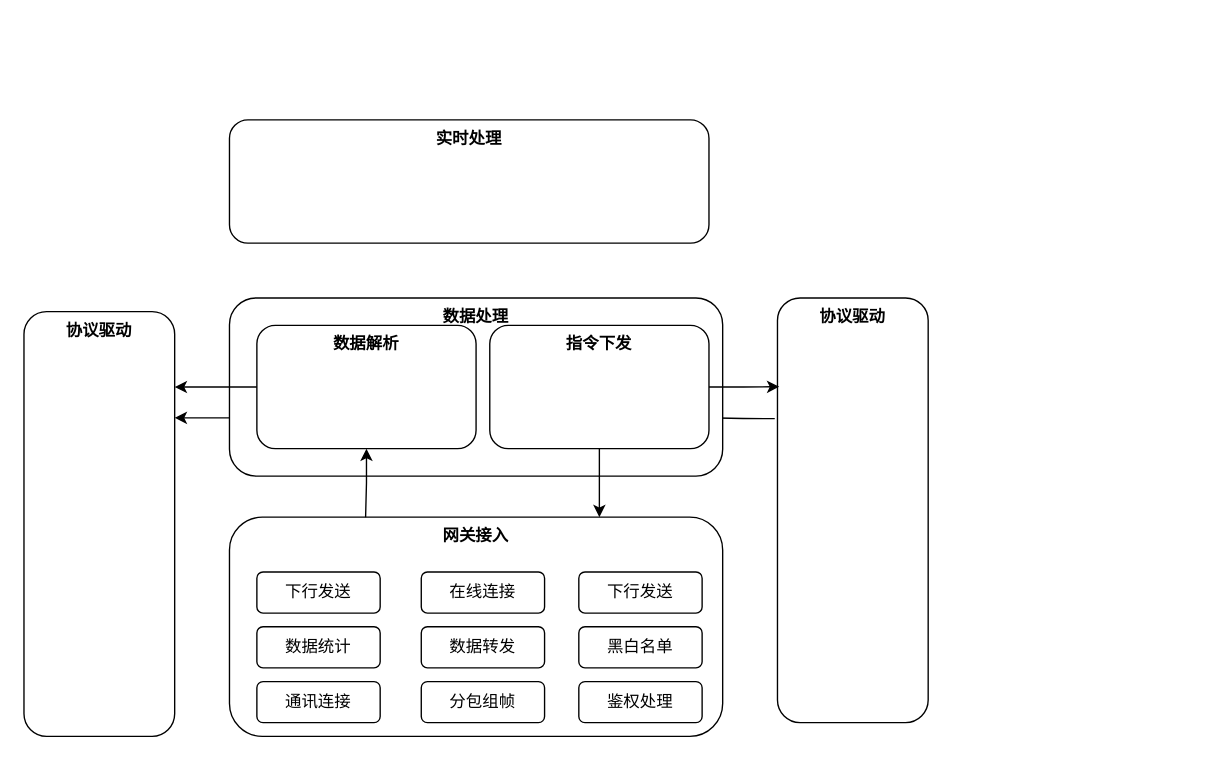
Above: Diagram.drawio in SpikeFJ/picgo (draw.io), before the change. Source tidied: cells renumbered, new cells numbered last; positions are measured from the earlier drawing's top-left corner, leaving out a move shared by most shapes. Both pictures are drawn from the tidied source at 137%, with x=0, y=0 at pixel (23, 119).
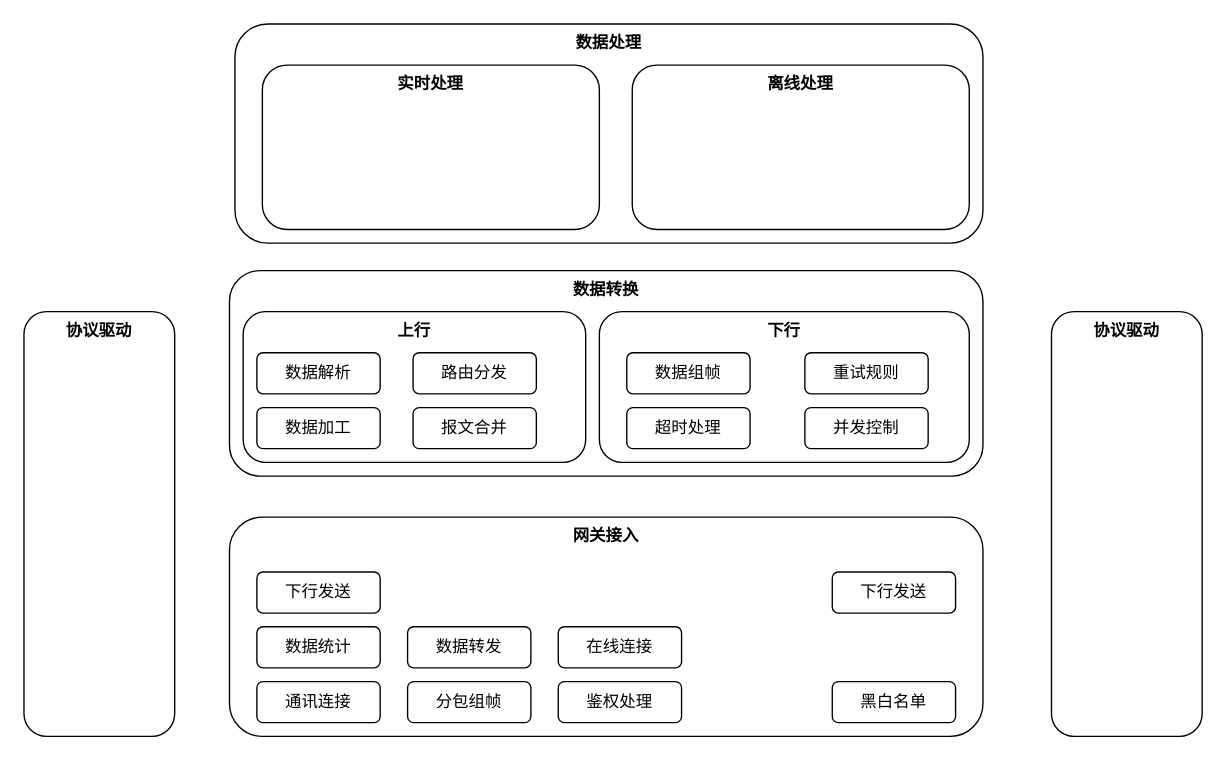
The same diagram, later.

The change refers to these unchanged cells:
```xml
<mxCell id="4" value="&lt;b&gt;协议驱动&lt;/b&gt;" style="rounded=1;whiteSpace=wrap;html=1;verticalAlign=top;" parent="1" vertex="1">
  <mxGeometry y="140" width="110" height="310" as="geometry" />
</mxCell>
```

Diff of the diagram source:
```diff
@@
     <mxCell id="2" value="&lt;b&gt;网关接入&lt;/b&gt;" style="rounded=1;whiteSpace=wrap;html=1;verticalAlign=top;" parent="1" vertex="1">
-      <mxGeometry x="150" y="290" width="360" height="160" as="geometry" />
+      <mxGeometry x="150" y="290" width="550" height="160" as="geometry" />
     </mxCell>
-    <mxCell id="3" style="edgeStyle=orthogonalEdgeStyle;rounded=0;jettySize=auto;html=1;entryX=0;entryY=0.75;entryDx=0;entryDy=0;exitX=1;exitY=0.25;exitDx=0;exitDy=0;startArrow=classic;startFill=1;endArrow=classic;endFill=1;" parent="1" edge="1" source="4" target="18">
-      <mxGeometry relative="1" as="geometry" />
-    </mxCell>
@@
-    <mxCell id="5" style="edgeStyle=orthogonalEdgeStyle;rounded=0;jettySize=auto;html=1;entryX=1;entryY=0.75;entryDx=0;entryDy=0;exitX=-0.018;exitY=0.284;exitDx=0;exitDy=0;exitPerimeter=0;startArrow=none;startFill=0;endArrow=classic;endFill=1;" parent="1" edge="1" source="6" target="19">
-      <mxGeometry relative="1" as="geometry" />
-    </mxCell>
     <mxCell id="6" value="&lt;b&gt;协议驱动&lt;/b&gt;" style="rounded=1;whiteSpace=wrap;html=1;verticalAlign=top;" parent="1" vertex="1">
-      <mxGeometry x="550" y="130" width="110" height="310" as="geometry" />
+      <mxGeometry x="750" y="140" width="110" height="310" as="geometry" />
     </mxCell>
@@
     <mxCell id="8" value="鉴权处理" style="rounded=1;whiteSpace=wrap;html=1;" parent="1" vertex="1">
-      <mxGeometry x="405" y="410" width="90" height="30" as="geometry" />
+      <mxGeometry x="390" y="410" width="90" height="30" as="geometry" />
     </mxCell>
     <mxCell id="9" value="黑白名单" style="rounded=1;whiteSpace=wrap;html=1;" parent="1" vertex="1">
-      <mxGeometry x="405" y="370" width="90" height="30" as="geometry" />
+      <mxGeometry x="590" y="410" width="90" height="30" as="geometry" />
     </mxCell>
@@
     <mxCell id="11" value="数据转发" style="rounded=1;whiteSpace=wrap;html=1;" parent="1" vertex="1">
-      <mxGeometry x="290" y="370" width="90" height="30" as="geometry" />
+      <mxGeometry x="280" y="370" width="90" height="30" as="geometry" />
     </mxCell>
     <mxCell id="12" value="分包组帧" style="rounded=1;whiteSpace=wrap;html=1;" parent="1" vertex="1">
-      <mxGeometry x="290" y="410" width="90" height="30" as="geometry" />
+      <mxGeometry x="280" y="410" width="90" height="30" as="geometry" />
     </mxCell>
@@
     <mxCell id="14" value="在线连接" style="rounded=1;whiteSpace=wrap;html=1;" parent="1" vertex="1">
-      <mxGeometry x="290" y="330" width="90" height="30" as="geometry" />
+      <mxGeometry x="390" y="370" width="90" height="30" as="geometry" />
     </mxCell>
     <mxCell id="15" value="下行发送" style="rounded=1;whiteSpace=wrap;html=1;" parent="1" vertex="1">
-      <mxGeometry x="405" y="330" width="90" height="30" as="geometry" />
+      <mxGeometry x="590" y="330" width="90" height="30" as="geometry" />
     </mxCell>
-    <mxCell id="16" style="group;" parent="1" vertex="1">
-      <mxGeometry x="150" y="130" width="360" height="130" as="geometry" />
-    </mxCell>
+    <mxCell id="24" value="&lt;b&gt;数据处理&lt;/b&gt;" style="rounded=1;whiteSpace=wrap;html=1;verticalAlign=top;" parent="1" vertex="1">
+      <mxGeometry x="154" y="-70" width="546" height="160" as="geometry" />
+    </mxCell>
+    <mxCell id="25" value="&lt;b&gt;实时处理&lt;/b&gt;" style="rounded=1;whiteSpace=wrap;html=1;verticalAlign=top;" parent="1" vertex="1">
+      <mxGeometry x="174" y="-40" width="246" height="120" as="geometry" />
+    </mxCell>
+    <mxCell id="26" value="&lt;b&gt;离线处理&lt;/b&gt;" style="rounded=1;whiteSpace=wrap;html=1;verticalAlign=top;" parent="1" vertex="1">
+      <mxGeometry x="444" y="-40" width="246" height="120" as="geometry" />
+    </mxCell>
-    <mxCell id="17" value="&lt;b&gt;数据处理&lt;/b&gt;" style="rounded=1;whiteSpace=wrap;html=1;align=center;verticalAlign=top;" parent="16" vertex="1">
-      <mxGeometry width="360" height="130" as="geometry" />
+    <mxCell id="17" value="&lt;b&gt;数据转换&lt;/b&gt;" style="rounded=1;whiteSpace=wrap;html=1;align=center;verticalAlign=top;" parent="1" vertex="1">
+      <mxGeometry x="150" y="110" width="550" height="150" as="geometry" />
     </mxCell>
-    <mxCell id="18" value="&lt;b&gt;数据解析&lt;/b&gt;" style="rounded=1;whiteSpace=wrap;html=1;verticalAlign=top;" parent="16" vertex="1">
-      <mxGeometry x="20" y="20" width="160" height="90" as="geometry" />
+    <mxCell id="18" value="&lt;b&gt;上行&lt;/b&gt;" style="rounded=1;whiteSpace=wrap;html=1;verticalAlign=top;" parent="1" vertex="1">
+      <mxGeometry x="160" y="140" width="250" height="110" as="geometry" />
     </mxCell>
-    <mxCell id="19" value="&lt;b&gt;指令下发&lt;/b&gt;" style="rounded=1;whiteSpace=wrap;html=1;verticalAlign=top;" parent="16" vertex="1">
-      <mxGeometry x="190" y="20" width="160" height="90" as="geometry" />
+    <mxCell id="19" value="&lt;b&gt;下行&lt;/b&gt;" style="rounded=1;whiteSpace=wrap;html=1;verticalAlign=top;" parent="1" vertex="1">
+      <mxGeometry x="420" y="140" width="270" height="110" as="geometry" />
     </mxCell>
-    <mxCell id="20" style="edgeStyle=orthogonalEdgeStyle;rounded=0;jettySize=auto;html=1;exitX=0.5;exitY=1;exitDx=0;exitDy=0;entryX=0.75;entryY=0;entryDx=0;entryDy=0;" parent="1" edge="1" source="19" target="2">
-      <mxGeometry relative="1" as="geometry" />
-    </mxCell>
-    <mxCell id="21" style="edgeStyle=orthogonalEdgeStyle;rounded=0;jettySize=auto;html=1;entryX=0.276;entryY=0;entryDx=0;entryDy=0;entryPerimeter=0;startArrow=classic;startFill=1;endArrow=none;endFill=0;" parent="1" edge="1" source="18" target="2">
-      <mxGeometry relative="1" as="geometry" />
-    </mxCell>
-    <mxCell id="22" style="edgeStyle=orthogonalEdgeStyle;rounded=0;jettySize=auto;html=1;exitX=0;exitY=0.5;exitDx=0;exitDy=0;" parent="1" edge="1" source="18">
-      <mxGeometry relative="1" as="geometry">
-        <mxPoint x="110" y="195" as="targetPoint" />
-      </mxGeometry>
-    </mxCell>
-    <mxCell id="23" style="edgeStyle=orthogonalEdgeStyle;rounded=0;jettySize=auto;html=1;entryX=0.012;entryY=0.209;entryDx=0;entryDy=0;entryPerimeter=0;" parent="1" edge="1" source="19" target="6">
-      <mxGeometry relative="1" as="geometry" />
-    </mxCell>
-    <mxCell id="24" value="&lt;b&gt;实时处理&lt;/b&gt;" style="rounded=1;whiteSpace=wrap;html=1;verticalAlign=top;" parent="1" vertex="1">
-      <mxGeometry x="150" width="350" height="90" as="geometry" />
-    </mxCell>
+    <mxCell id="27" value="数据解析" style="rounded=1;whiteSpace=wrap;html=1;" parent="1" vertex="1">
+      <mxGeometry x="170" y="170" width="90" height="30" as="geometry" />
+    </mxCell>
+    <mxCell id="28" value="数据组帧" style="rounded=1;whiteSpace=wrap;html=1;" parent="1" vertex="1">
+      <mxGeometry x="440" y="170" width="90" height="30" as="geometry" />
+    </mxCell>
+    <mxCell id="29" value="超时处理" style="rounded=1;whiteSpace=wrap;html=1;" parent="1" vertex="1">
+      <mxGeometry x="440" y="210" width="90" height="30" as="geometry" />
+    </mxCell>
+    <mxCell id="30" value="重试规则" style="rounded=1;whiteSpace=wrap;html=1;" parent="1" vertex="1">
+      <mxGeometry x="570" y="170" width="90" height="30" as="geometry" />
+    </mxCell>
+    <mxCell id="31" value="并发控制" style="rounded=1;whiteSpace=wrap;html=1;" parent="1" vertex="1">
+      <mxGeometry x="570" y="210" width="90" height="30" as="geometry" />
+    </mxCell>
+    <mxCell id="32" value="路由分发" style="rounded=1;whiteSpace=wrap;html=1;" parent="1" vertex="1">
+      <mxGeometry x="284" y="170" width="90" height="30" as="geometry" />
+    </mxCell>
+    <mxCell id="33" value="数据加工" style="rounded=1;whiteSpace=wrap;html=1;" parent="1" vertex="1">
+      <mxGeometry x="170" y="210" width="90" height="30" as="geometry" />
+    </mxCell>
+    <mxCell id="34" value="报文合并" style="rounded=1;whiteSpace=wrap;html=1;" parent="1" vertex="1">
+      <mxGeometry x="284" y="210" width="90" height="30" as="geometry" />
+    </mxCell>
```
